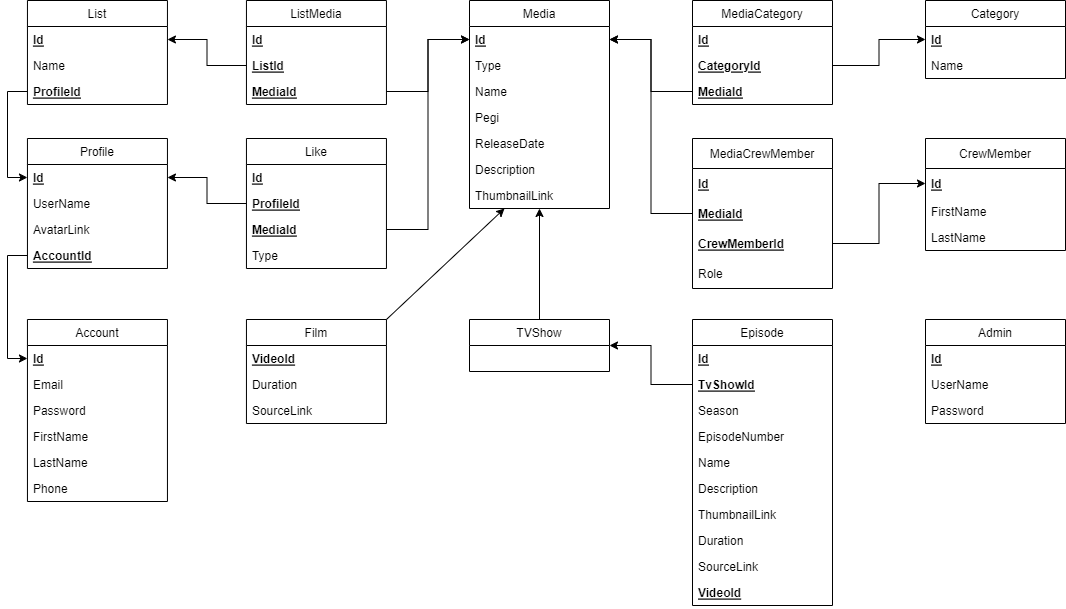
Above: ClassDiagram.png in Guiliguigui/GuiFlix (draw.io), before the change. Source tidied: cells renumbered, new cells last; positions are measured from the earlier drawing's top-left corner, leaving out a move shared by most shapes.
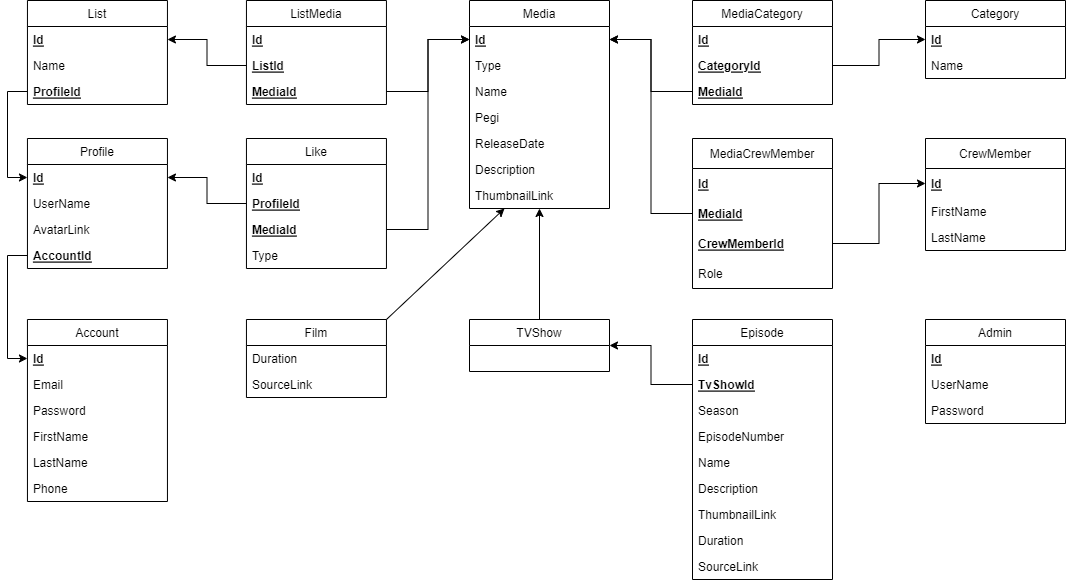
Later version of the same file.

The edit, as a diff of the source:
```diff
@@ -18,7 +18,7 @@
       <mxGeometry y="104" width="140" height="26" as="geometry" />
     </mxCell>
     <mxCell id="7" value="Episode" style="swimlane;fontStyle=0;horizontal=1;startSize=26;fillColor=none;rounded=0;" parent="1" vertex="1">
-      <mxGeometry x="665" y="319" width="140" height="286" as="geometry" />
+      <mxGeometry x="665" y="319" width="140" height="260" as="geometry" />
     </mxCell>
     <mxCell id="8" value="Id" style="text;strokeColor=none;fillColor=none;align=left;verticalAlign=top;spacingLeft=4;spacingRight=4;overflow=hidden;fontStyle=5;rounded=0;" parent="7" vertex="1">
       <mxGeometry y="26" width="140" height="26" as="geometry" />
@@ -47,23 +47,17 @@
     <mxCell id="16" value="SourceLink" style="text;strokeColor=none;fillColor=none;align=left;verticalAlign=top;spacingLeft=4;spacingRight=4;overflow=hidden;rounded=0;" parent="7" vertex="1">
       <mxGeometry y="234" width="140" height="26" as="geometry" />
     </mxCell>
-    <mxCell id="17" value="VideoId" style="text;strokeColor=none;fillColor=none;align=left;verticalAlign=top;spacingLeft=4;spacingRight=4;overflow=hidden;fontStyle=5;rounded=0;" parent="7" vertex="1">
-      <mxGeometry y="260" width="140" height="26" as="geometry" />
-    </mxCell>
     <mxCell id="18" value="TVShow" style="swimlane;fontStyle=0;horizontal=1;startSize=26;fillColor=none;rounded=0;" parent="1" vertex="1">
       <mxGeometry x="442" y="319" width="140" height="52" as="geometry" />
     </mxCell>
     <mxCell id="19" value="Film" style="swimlane;fontStyle=0;horizontal=1;startSize=26;fillColor=none;rounded=0;" parent="1" vertex="1">
-      <mxGeometry x="218.9" y="319" width="140" height="104" as="geometry" />
+      <mxGeometry x="218.9" y="319" width="140" height="78" as="geometry" />
     </mxCell>
-    <mxCell id="20" value="VideoId" style="text;strokeColor=none;fillColor=none;align=left;verticalAlign=top;spacingLeft=4;spacingRight=4;overflow=hidden;fontStyle=5;rounded=0;" parent="19" vertex="1">
-      <mxGeometry y="26" width="140" height="26" as="geometry" />
-    </mxCell>
     <mxCell id="21" value="Duration" style="text;strokeColor=none;fillColor=none;align=left;verticalAlign=top;spacingLeft=4;spacingRight=4;overflow=hidden;rounded=0;" parent="19" vertex="1">
-      <mxGeometry y="52" width="140" height="26" as="geometry" />
+      <mxGeometry y="26" width="140" height="26" as="geometry" />
     </mxCell>
     <mxCell id="22" value="SourceLink" style="text;strokeColor=none;fillColor=none;align=left;verticalAlign=top;spacingLeft=4;spacingRight=4;overflow=hidden;rounded=0;" parent="19" vertex="1">
-      <mxGeometry y="78" width="140" height="26" as="geometry" />
+      <mxGeometry y="52" width="140" height="26" as="geometry" />
     </mxCell>
     <mxCell id="23" value="List" style="swimlane;fontStyle=0;horizontal=1;startSize=26;fillColor=none;rounded=0;" parent="1" vertex="1">
       <mxGeometry x="-0.1" width="140" height="104" as="geometry" />
```
